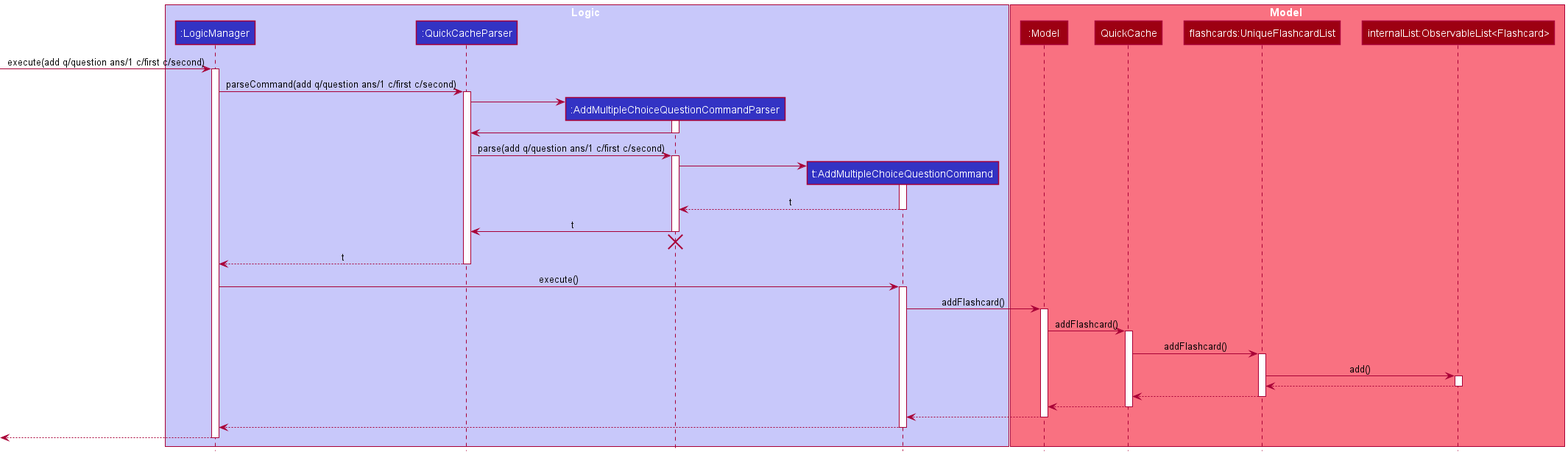
The PlantUML diagram docs/images/AddMcqSequenceDiagram.png in GilbertTan19/tp, before a commit.
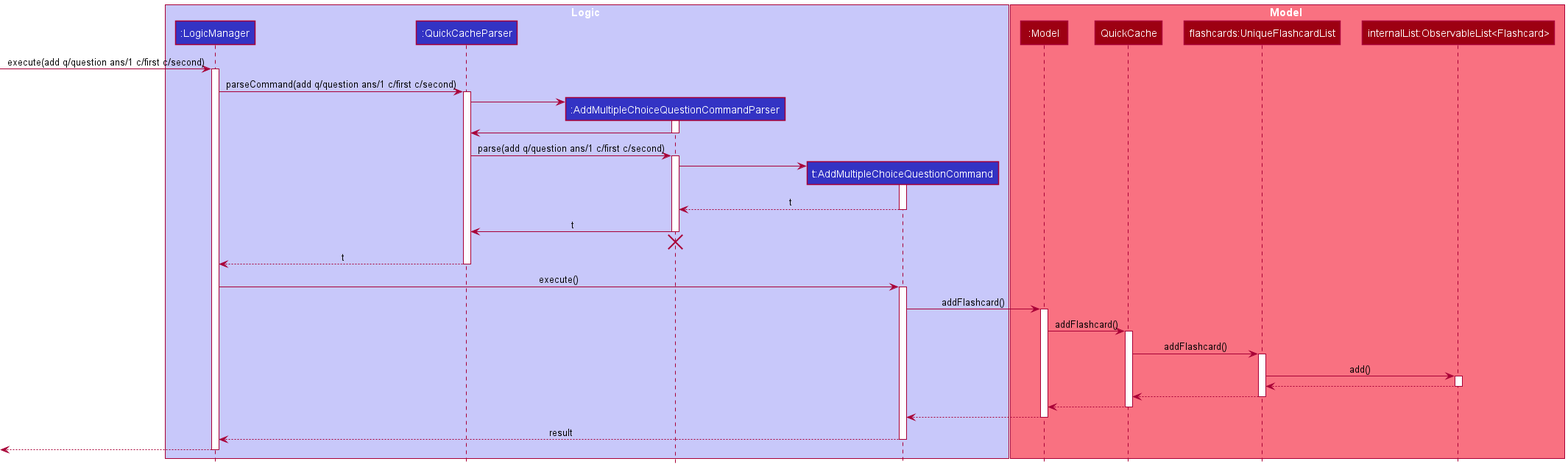
After the change.

Commit message:
Fixed small typo in diagram image

Change to the diagram source:
```diff
@@ -68,7 +68,7 @@
 
 return
 
-return
+return result
 
 [<--LogicManager
 deactivate LogicManager
```
